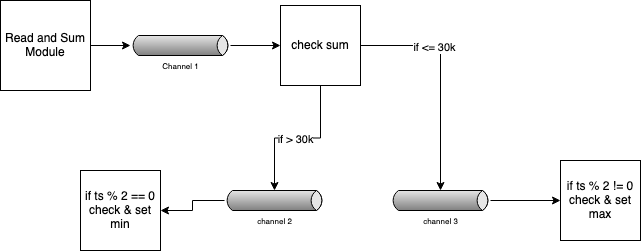
Earlier version of the draw.io export diagram.png (emrecankarakas/redisAssignmentTemplate). Source tidied: cells renumbered, new cells last; positions are measured from the earlier drawing's top-left corner, leaving out a move shared by most shapes.
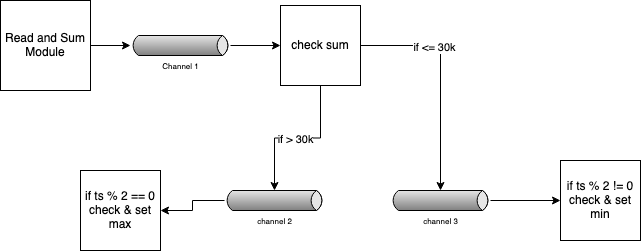
Later version of the same file.

Change to the diagram source:
```diff
@@ -35,7 +35,7 @@
     <mxCell id="12" value="channel 2" style="strokeWidth=1;outlineConnect=0;dashed=0;align=center;html=1;fontSize=8;shape=mxgraph.eip.messageChannel;verticalLabelPosition=bottom;labelBackgroundColor=#ffffff;verticalAlign=top;" parent="1" vertex="1">
       <mxGeometry x="224" y="190" width="100" height="20" as="geometry" />
     </mxCell>
-    <mxCell id="13" value="&lt;div&gt;if ts % 2 == 0&lt;/div&gt;&lt;div&gt;check &amp;amp; set min&lt;br&gt;&lt;/div&gt;" style="whiteSpace=wrap;html=1;" parent="1" vertex="1">
+    <mxCell id="13" value="&lt;div&gt;if ts % 2 == 0&lt;/div&gt;&lt;div&gt;check &amp;amp; set max&lt;br&gt;&lt;/div&gt;" style="whiteSpace=wrap;html=1;" parent="1" vertex="1">
       <mxGeometry x="80" y="170" width="80" height="80" as="geometry" />
     </mxCell>
     <mxCell id="14" style="edgeStyle=orthogonalEdgeStyle;rounded=0;jettySize=auto;html=1;" parent="1" edge="1" source="15" target="16">
@@ -44,7 +44,7 @@
     <mxCell id="15" value="channel 3" style="strokeWidth=1;outlineConnect=0;dashed=0;align=center;html=1;fontSize=8;shape=mxgraph.eip.messageChannel;verticalLabelPosition=bottom;labelBackgroundColor=#ffffff;verticalAlign=top;" parent="1" vertex="1">
       <mxGeometry x="390" y="190" width="100" height="20" as="geometry" />
     </mxCell>
-    <mxCell id="16" value="&lt;div&gt;if ts % 2 != 0&lt;/div&gt;&lt;div&gt;check &amp;amp; set max&lt;br&gt;&lt;/div&gt;" style="whiteSpace=wrap;html=1;" parent="1" vertex="1">
+    <mxCell id="16" value="&lt;div&gt;if ts % 2 != 0&lt;/div&gt;&lt;div&gt;check &amp;amp; set min&lt;br&gt;&lt;/div&gt;" style="whiteSpace=wrap;html=1;" parent="1" vertex="1">
       <mxGeometry x="560" y="160" width="80" height="80" as="geometry" />
     </mxCell>
   </root>
```
